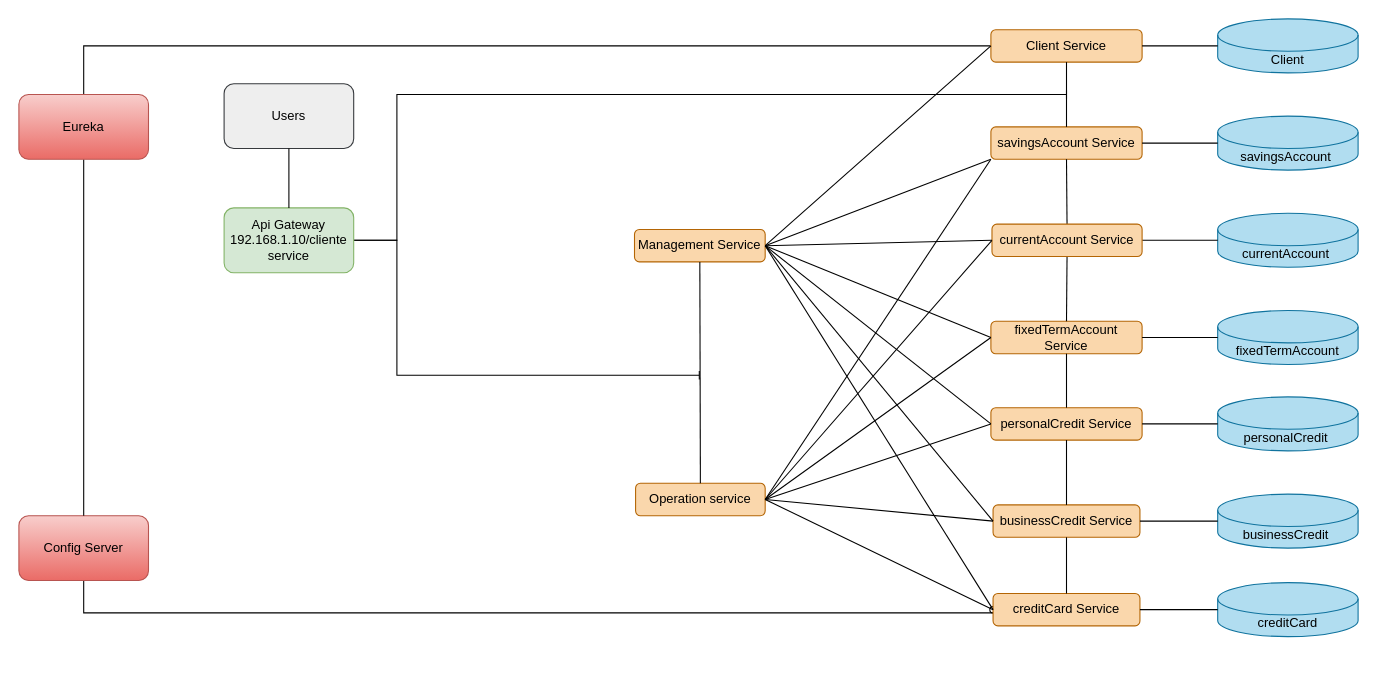
This is Diagraman.drawio from rbenitec/DiagramMicroservice, a draw.io file, before an edit. Source tidied: cells renumbered, new cells numbered last; positions are measured from the earlier drawing's top-left corner, leaving out a move shared by most shapes. Both pictures are drawn from the tidied source at 108%, with x=0, y=0 at pixel (18, 18).
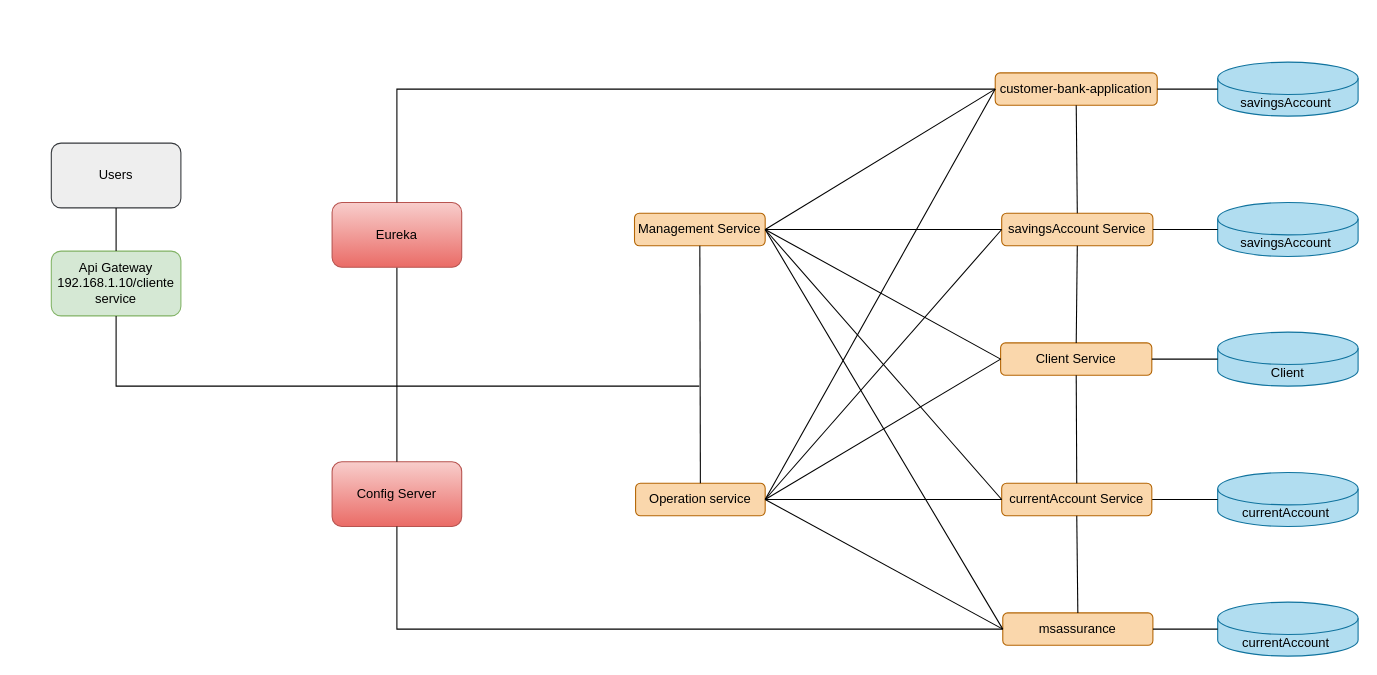
The same page after the edit.

Unchanged cells that the change refers to:
```xml
<mxCell id="10" value="Operation service" style="rounded=1;whiteSpace=wrap;html=1;fillColor=#fad7ac;strokeColor=#b46504;" parent="1" vertex="1">
  <mxGeometry x="571" y="430" width="120" height="30" as="geometry" />
</mxCell>
```

Diff of the diagram source:
```diff
@@
     <mxCell id="2" value="savingsAccount&amp;nbsp;" style="shape=cylinder3;whiteSpace=wrap;html=1;boundedLbl=1;backgroundOutline=1;size=15;fillColor=#b1ddf0;strokeColor=#10739e;" parent="1" vertex="1">
-      <mxGeometry x="1110" y="90" width="130" height="50" as="geometry" />
+      <mxGeometry x="1110" y="170" width="130" height="50" as="geometry" />
     </mxCell>
     <mxCell id="3" value="currentAccount&amp;nbsp;" style="shape=cylinder3;whiteSpace=wrap;html=1;boundedLbl=1;backgroundOutline=1;size=15;fillColor=#b1ddf0;strokeColor=#10739e;" parent="1" vertex="1">
-      <mxGeometry x="1110" y="180" width="130" height="50" as="geometry" />
+      <mxGeometry x="1110" y="420" width="130" height="50" as="geometry" />
     </mxCell>
-    <mxCell id="4" value="fixedTermAccount" style="shape=cylinder3;whiteSpace=wrap;html=1;boundedLbl=1;backgroundOutline=1;size=15;fillColor=#b1ddf0;strokeColor=#10739e;" parent="1" vertex="1">
-      <mxGeometry x="1110" y="270" width="130" height="50" as="geometry" />
-    </mxCell>
-    <mxCell id="5" value="businessCredit&amp;nbsp;" style="shape=cylinder3;whiteSpace=wrap;html=1;boundedLbl=1;backgroundOutline=1;size=15;fillColor=#b1ddf0;strokeColor=#10739e;" parent="1" vertex="1">
-      <mxGeometry x="1110" y="440" width="130" height="50" as="geometry" />
-    </mxCell>
-    <mxCell id="6" value="personalCredit&amp;nbsp;" style="shape=cylinder3;whiteSpace=wrap;html=1;boundedLbl=1;backgroundOutline=1;size=15;fillColor=#b1ddf0;strokeColor=#10739e;" parent="1" vertex="1">
-      <mxGeometry x="1110" y="350" width="130" height="50" as="geometry" />
-    </mxCell>
     <mxCell id="7" value="savingsAccount Service&lt;br&gt;" style="rounded=1;whiteSpace=wrap;html=1;fillColor=#fad7ac;strokeColor=#b46504;" parent="1" vertex="1">
-      <mxGeometry x="900" y="100" width="140" height="30" as="geometry" />
+      <mxGeometry x="910" y="180" width="140" height="30" as="geometry" />
     </mxCell>
-    <mxCell id="8" value="fixedTermAccount Service" style="rounded=1;whiteSpace=wrap;html=1;fillColor=#fad7ac;strokeColor=#b46504;" parent="1" vertex="1">
-      <mxGeometry x="900" y="280" width="140" height="30" as="geometry" />
-    </mxCell>
     <mxCell id="9" value="Management Service" style="rounded=1;whiteSpace=wrap;html=1;fillColor=#fad7ac;strokeColor=#b46504;" parent="1" vertex="1">
-      <mxGeometry x="570" y="195" width="121" height="30" as="geometry" />
+      <mxGeometry x="570" y="180" width="121" height="30" as="geometry" />
     </mxCell>
@@
-    <mxCell id="11" style="endArrow=none;html=1;rounded=0;entryX=0.5;entryY=1;entryDx=0;entryDy=0;exitX=0.5;exitY=0;exitDx=0;exitDy=0;" parent="1" edge="1" source="34" target="7">
-      <mxGeometry relative="1" as="geometry" />
-    </mxCell>
-    <mxCell id="12" style="edgeStyle=orthogonalEdgeStyle;jettySize=auto;html=1;entryX=0;entryY=0.5;entryDx=0;entryDy=0;strokeColor=default;rounded=0;endArrow=oval;endFill=0;exitX=0.5;exitY=1;exitDx=0;exitDy=0;" parent="1" edge="1" source="13" target="27">
-      <mxGeometry relative="1" as="geometry">
-        <Array as="points">
-          <mxPoint x="60" y="550" />
-          <mxPoint x="902" y="550" />
-        </Array>
-      </mxGeometry>
-    </mxCell>
     <mxCell id="13" value="Config Server" style="rounded=1;whiteSpace=wrap;html=1;fillColor=#f8cecc;gradientColor=#ea6b66;strokeColor=#b85450;" parent="1" vertex="1">
-      <mxGeometry y="460" width="120" height="60" as="geometry" />
+      <mxGeometry x="290" y="410" width="120" height="60" as="geometry" />
     </mxCell>
@@
-    <mxCell id="15" style="endArrow=none;html=1;rounded=0;exitX=0.5;exitY=0;exitDx=0;exitDy=0;entryX=0;entryY=0.5;entryDx=0;entryDy=0;" parent="1" edge="1" source="49" target="47">
-      <mxGeometry relative="1" as="geometry">
-        <Array as="points">
-          <mxPoint x="60" y="25" />
-        </Array>
-      </mxGeometry>
-    </mxCell>
-    <mxCell id="16" style="edgeStyle=orthogonalEdgeStyle;rounded=0;jettySize=auto;html=1;endArrow=baseDash;endFill=0;strokeColor=default;" parent="1" edge="1" source="18">
-      <mxGeometry relative="1" as="geometry">
-        <mxPoint x="970" y="70" as="targetPoint" />
-        <Array as="points">
-          <mxPoint x="350" y="205" />
-          <mxPoint x="350" y="70" />
-        </Array>
-      </mxGeometry>
-    </mxCell>
-    <mxCell id="17" style="edgeStyle=orthogonalEdgeStyle;rounded=0;jettySize=auto;html=1;endArrow=baseDash;endFill=0;strokeColor=default;" parent="1" edge="1" source="18">
-      <mxGeometry relative="1" as="geometry">
-        <mxPoint x="630" y="330" as="targetPoint" />
-        <Array as="points">
-          <mxPoint x="350" y="205" />
-          <mxPoint x="350" y="330" />
-        </Array>
-      </mxGeometry>
-    </mxCell>
     <mxCell id="18" value="Api Gateway&lt;br&gt;192.168.1.10/cliente service" style="rounded=1;whiteSpace=wrap;html=1;fillColor=#d5e8d4;strokeColor=#82b366;" parent="1" vertex="1">
-      <mxGeometry x="190" y="175" width="120" height="60" as="geometry" />
+      <mxGeometry x="30" y="215" width="120" height="60" as="geometry" />
     </mxCell>
     <mxCell id="19" value="Users" style="rounded=1;whiteSpace=wrap;html=1;fillColor=#eeeeee;strokeColor=#36393d;" parent="1" vertex="1">
-      <mxGeometry x="190" y="60" width="120" height="60" as="geometry" />
+      <mxGeometry x="30" y="115" width="120" height="60" as="geometry" />
     </mxCell>
@@
-    <mxCell id="22" style="endArrow=none;html=1;rounded=0;exitX=1;exitY=0.5;exitDx=0;exitDy=0;entryX=0;entryY=0.5;entryDx=0;entryDy=0;entryPerimeter=0;" parent="1" edge="1" source="8" target="4">
-      <mxGeometry relative="1" as="geometry" />
-    </mxCell>
-    <mxCell id="23" style="endArrow=none;html=1;rounded=0;entryX=0.5;entryY=1;entryDx=0;entryDy=0;exitX=0.5;exitY=0;exitDx=0;exitDy=0;" parent="1" edge="1" source="8" target="34">
-      <mxGeometry relative="1" as="geometry" />
-    </mxCell>
-    <mxCell id="24" value="businessCredit Service" style="rounded=1;whiteSpace=wrap;html=1;fillColor=#fad7ac;strokeColor=#b46504;" parent="1" vertex="1">
-      <mxGeometry x="902" y="450" width="136" height="30" as="geometry" />
-    </mxCell>
-    <mxCell id="25" value="personalCredit Service" style="rounded=1;whiteSpace=wrap;html=1;fillColor=#fad7ac;strokeColor=#b46504;" parent="1" vertex="1">
-      <mxGeometry x="900" y="360" width="140" height="30" as="geometry" />
-    </mxCell>
-    <mxCell id="26" value="creditCard" style="shape=cylinder3;whiteSpace=wrap;html=1;boundedLbl=1;backgroundOutline=1;size=15;fillColor=#b1ddf0;strokeColor=#10739e;" parent="1" vertex="1">
-      <mxGeometry x="1110" y="522" width="130" height="50" as="geometry" />
-    </mxCell>
-    <mxCell id="27" value="creditCard Service" style="rounded=1;whiteSpace=wrap;html=1;fillColor=#fad7ac;strokeColor=#b46504;" parent="1" vertex="1">
-      <mxGeometry x="902" y="532" width="136" height="30" as="geometry" />
-    </mxCell>
-    <mxCell id="28" style="endArrow=none;html=1;rounded=0;entryX=0;entryY=0.5;entryDx=0;entryDy=0;entryPerimeter=0;exitX=1;exitY=0.5;exitDx=0;exitDy=0;" parent="1" edge="1" source="25" target="6">
-      <mxGeometry relative="1" as="geometry" />
-    </mxCell>
-    <mxCell id="29" style="endArrow=none;html=1;rounded=0;entryX=0;entryY=0.5;entryDx=0;entryDy=0;entryPerimeter=0;exitX=1;exitY=0.5;exitDx=0;exitDy=0;" parent="1" edge="1" source="24" target="5">
-      <mxGeometry relative="1" as="geometry" />
-    </mxCell>
-    <mxCell id="30" style="endArrow=none;html=1;rounded=0;entryX=0;entryY=0.5;entryDx=0;entryDy=0;entryPerimeter=0;exitX=1;exitY=0.5;exitDx=0;exitDy=0;" parent="1" edge="1" source="27" target="26">
-      <mxGeometry relative="1" as="geometry" />
-    </mxCell>
-    <mxCell id="31" style="endArrow=none;html=1;rounded=0;entryX=0.5;entryY=1;entryDx=0;entryDy=0;" parent="1" edge="1" source="25" target="8">
-      <mxGeometry relative="1" as="geometry" />
-    </mxCell>
-    <mxCell id="32" style="endArrow=none;html=1;rounded=0;entryX=0.5;entryY=1;entryDx=0;entryDy=0;exitX=0.5;exitY=0;exitDx=0;exitDy=0;" parent="1" edge="1" source="24" target="25">
-      <mxGeometry relative="1" as="geometry" />
-    </mxCell>
-    <mxCell id="33" style="endArrow=none;html=1;rounded=0;entryX=0.5;entryY=1;entryDx=0;entryDy=0;exitX=0.5;exitY=0;exitDx=0;exitDy=0;" parent="1" edge="1" source="27" target="24">
-      <mxGeometry relative="1" as="geometry" />
-    </mxCell>
     <mxCell id="34" value="currentAccount Service" style="rounded=1;whiteSpace=wrap;html=1;fillColor=#fad7ac;strokeColor=#b46504;" parent="1" vertex="1">
-      <mxGeometry x="901" y="190" width="139" height="30" as="geometry" />
+      <mxGeometry x="910" y="430" width="139" height="30" as="geometry" />
     </mxCell>
-    <mxCell id="35" style="endArrow=none;html=1;rounded=0;strokeColor=default;entryX=0;entryY=1;entryDx=0;entryDy=0;exitX=1;exitY=0.5;exitDx=0;exitDy=0;" parent="1" edge="1" source="9" target="7">
+    <mxCell id="35" style="endArrow=none;html=1;rounded=0;strokeColor=default;exitX=1;exitY=0.5;exitDx=0;exitDy=0;entryX=0;entryY=0.5;entryDx=0;entryDy=0;" parent="1" edge="1" source="9" target="7">
       <mxGeometry relative="1" as="geometry" />
     </mxCell>
@@
-    <mxCell id="37" style="endArrow=none;html=1;rounded=0;strokeColor=default;entryX=1;entryY=0.5;entryDx=0;entryDy=0;exitX=0;exitY=0.5;exitDx=0;exitDy=0;" parent="1" edge="1" source="8" target="9">
-      <mxGeometry relative="1" as="geometry" />
-    </mxCell>
-    <mxCell id="38" style="endArrow=none;html=1;rounded=0;strokeColor=default;entryX=0;entryY=0.5;entryDx=0;entryDy=0;exitX=1;exitY=0.5;exitDx=0;exitDy=0;" parent="1" edge="1" source="9" target="25">
-      <mxGeometry relative="1" as="geometry" />
-    </mxCell>
-    <mxCell id="39" style="endArrow=none;html=1;rounded=0;strokeColor=default;entryX=1;entryY=0.5;entryDx=0;entryDy=0;exitX=0;exitY=0.5;exitDx=0;exitDy=0;" parent="1" edge="1" source="24" target="9">
-      <mxGeometry relative="1" as="geometry" />
-    </mxCell>
-    <mxCell id="40" style="endArrow=none;html=1;rounded=0;strokeColor=default;entryX=1;entryY=0.5;entryDx=0;entryDy=0;exitX=0;exitY=0.5;exitDx=0;exitDy=0;" parent="1" edge="1" source="27" target="9">
-      <mxGeometry relative="1" as="geometry" />
-    </mxCell>
-    <mxCell id="41" style="endArrow=none;html=1;rounded=0;strokeColor=default;entryX=0;entryY=1;entryDx=0;entryDy=0;exitX=1;exitY=0.5;exitDx=0;exitDy=0;" parent="1" edge="1" source="10" target="7">
-      <mxGeometry relative="1" as="geometry" />
-    </mxCell>
@@
-    <mxCell id="43" style="endArrow=none;html=1;rounded=0;strokeColor=default;entryX=0;entryY=0.5;entryDx=0;entryDy=0;exitX=1;exitY=0.5;exitDx=0;exitDy=0;" parent="1" edge="1" source="10" target="8">
-      <mxGeometry relative="1" as="geometry" />
-    </mxCell>
-    <mxCell id="44" style="endArrow=none;html=1;rounded=0;strokeColor=default;entryX=0;entryY=0.5;entryDx=0;entryDy=0;exitX=1;exitY=0.5;exitDx=0;exitDy=0;" parent="1" edge="1" source="10" target="25">
-      <mxGeometry relative="1" as="geometry" />
-    </mxCell>
-    <mxCell id="45" style="endArrow=none;html=1;rounded=0;strokeColor=default;entryX=0;entryY=0.5;entryDx=0;entryDy=0;exitX=1;exitY=0.5;exitDx=0;exitDy=0;" parent="1" edge="1" source="10" target="24">
-      <mxGeometry relative="1" as="geometry" />
-    </mxCell>
-    <mxCell id="46" style="endArrow=none;html=1;rounded=0;strokeColor=default;entryX=0;entryY=0.5;entryDx=0;entryDy=0;exitX=1;exitY=0.5;exitDx=0;exitDy=0;" parent="1" edge="1" source="10" target="27">
-      <mxGeometry relative="1" as="geometry" />
-    </mxCell>
     <mxCell id="47" value="Client Service" style="rounded=1;whiteSpace=wrap;html=1;fillColor=#fad7ac;strokeColor=#b46504;" parent="1" vertex="1">
-      <mxGeometry x="900" y="10" width="140" height="30" as="geometry" />
+      <mxGeometry x="909" y="300" width="140" height="30" as="geometry" />
     </mxCell>
     <mxCell id="48" value="Client" style="shape=cylinder3;whiteSpace=wrap;html=1;boundedLbl=1;backgroundOutline=1;size=15;fillColor=#b1ddf0;strokeColor=#10739e;" parent="1" vertex="1">
-      <mxGeometry x="1110" width="130" height="50" as="geometry" />
+      <mxGeometry x="1110" y="290" width="130" height="50" as="geometry" />
     </mxCell>
     <mxCell id="49" value="Eureka" style="rounded=1;whiteSpace=wrap;html=1;fillColor=#f8cecc;gradientColor=#ea6b66;strokeColor=#b85450;" parent="1" vertex="1">
-      <mxGeometry y="70" width="120" height="60" as="geometry" />
+      <mxGeometry x="290" y="170" width="120" height="60" as="geometry" />
     </mxCell>
@@
+    <mxCell id="41" style="endArrow=none;html=1;rounded=0;strokeColor=default;entryX=0;entryY=0.5;entryDx=0;entryDy=0;exitX=1;exitY=0.5;exitDx=0;exitDy=0;" parent="1" edge="1" source="10" target="7">
+      <mxGeometry relative="1" as="geometry" />
+    </mxCell>
+    <mxCell id="53" style="endArrow=none;html=1;rounded=0;exitX=1;exitY=0.5;exitDx=0;exitDy=0;entryX=0;entryY=0.5;entryDx=0;entryDy=0;" parent="1" edge="1" source="9" target="47">
+      <mxGeometry relative="1" as="geometry" />
+    </mxCell>
+    <mxCell id="55" style="endArrow=none;html=1;rounded=0;exitX=1;exitY=0.5;exitDx=0;exitDy=0;entryX=0;entryY=0.5;entryDx=0;entryDy=0;" parent="1" edge="1" source="10" target="47">
+      <mxGeometry relative="1" as="geometry" />
+    </mxCell>
@@
-    <mxCell id="52" style="endArrow=none;html=1;rounded=0;entryX=0.5;entryY=0;entryDx=0;entryDy=0;exitX=0.5;exitY=1;exitDx=0;exitDy=0;" parent="1" edge="1" source="9" target="10">
-      <mxGeometry relative="1" as="geometry" />
-    </mxCell>
-    <mxCell id="53" style="endArrow=none;html=1;rounded=0;entryX=0;entryY=0.5;entryDx=0;entryDy=0;exitX=1;exitY=0.5;exitDx=0;exitDy=0;" parent="1" edge="1" source="9" target="47">
-      <mxGeometry relative="1" as="geometry" />
-    </mxCell>
-    <mxCell id="54" style="endArrow=none;html=1;rounded=0;entryX=0.5;entryY=1;entryDx=0;entryDy=0;exitX=0.5;exitY=0;exitDx=0;exitDy=0;" parent="1" edge="1" source="7" target="47">
-      <mxGeometry relative="1" as="geometry" />
-    </mxCell>
+    <mxCell id="56" style="endArrow=none;html=1;rounded=0;entryX=0.5;entryY=1;entryDx=0;entryDy=0;exitX=0.5;exitY=0;exitDx=0;exitDy=0;" parent="1" edge="1" source="10" target="9">
+      <mxGeometry relative="1" as="geometry" />
+    </mxCell>
+    <mxCell id="57" style="endArrow=none;html=1;rounded=0;entryX=0.5;entryY=1;entryDx=0;entryDy=0;exitX=0.5;exitY=0;exitDx=0;exitDy=0;" parent="1" edge="1" source="47" target="7">
+      <mxGeometry relative="1" as="geometry" />
+    </mxCell>
+    <mxCell id="58" style="endArrow=none;html=1;rounded=0;entryX=0.5;entryY=1;entryDx=0;entryDy=0;exitX=0.5;exitY=0;exitDx=0;exitDy=0;" parent="1" edge="1" source="34" target="47">
+      <mxGeometry relative="1" as="geometry" />
+    </mxCell>
+    <mxCell id="59" value="customer-bank-application" style="rounded=1;whiteSpace=wrap;html=1;fillColor=#fad7ac;strokeColor=#b46504;" parent="1" vertex="1">
+      <mxGeometry x="904" y="50" width="150" height="30" as="geometry" />
+    </mxCell>
+    <mxCell id="60" value="msassurance" style="rounded=1;whiteSpace=wrap;html=1;fillColor=#fad7ac;strokeColor=#b46504;" parent="1" vertex="1">
+      <mxGeometry x="911" y="550" width="139" height="30" as="geometry" />
+    </mxCell>
+    <mxCell id="61" value="savingsAccount&amp;nbsp;" style="shape=cylinder3;whiteSpace=wrap;html=1;boundedLbl=1;backgroundOutline=1;size=15;fillColor=#b1ddf0;strokeColor=#10739e;" parent="1" vertex="1">
+      <mxGeometry x="1110" y="40" width="130" height="50" as="geometry" />
+    </mxCell>
+    <mxCell id="62" value="currentAccount&amp;nbsp;" style="shape=cylinder3;whiteSpace=wrap;html=1;boundedLbl=1;backgroundOutline=1;size=15;fillColor=#b1ddf0;strokeColor=#10739e;" parent="1" vertex="1">
+      <mxGeometry x="1110" y="540" width="130" height="50" as="geometry" />
+    </mxCell>
+    <mxCell id="63" style="endArrow=none;html=1;rounded=0;entryX=0.5;entryY=1;entryDx=0;entryDy=0;exitX=0.5;exitY=0;exitDx=0;exitDy=0;" parent="1" edge="1" source="60" target="34">
+      <mxGeometry relative="1" as="geometry" />
+    </mxCell>
+    <mxCell id="64" style="endArrow=none;html=1;rounded=0;entryX=0.5;entryY=1;entryDx=0;entryDy=0;exitX=0.5;exitY=0;exitDx=0;exitDy=0;" parent="1" edge="1" source="7" target="59">
+      <mxGeometry relative="1" as="geometry" />
+    </mxCell>
+    <mxCell id="65" style="endArrow=none;html=1;rounded=0;entryX=0;entryY=0.5;entryDx=0;entryDy=0;entryPerimeter=0;exitX=1;exitY=0.5;exitDx=0;exitDy=0;" parent="1" edge="1" source="59" target="61">
+      <mxGeometry relative="1" as="geometry" />
+    </mxCell>
+    <mxCell id="66" style="endArrow=none;html=1;rounded=0;entryX=0;entryY=0.5;entryDx=0;entryDy=0;entryPerimeter=0;exitX=1;exitY=0.5;exitDx=0;exitDy=0;" parent="1" edge="1" source="60" target="62">
+      <mxGeometry relative="1" as="geometry" />
+    </mxCell>
+    <mxCell id="67" style="endArrow=none;html=1;rounded=0;entryX=0;entryY=0.5;entryDx=0;entryDy=0;exitX=0.5;exitY=0;exitDx=0;exitDy=0;" parent="1" edge="1" source="49" target="59">
+      <mxGeometry relative="1" as="geometry">
+        <Array as="points">
+          <mxPoint x="350" y="65" />
+        </Array>
+      </mxGeometry>
+    </mxCell>
+    <mxCell id="68" style="endArrow=none;html=1;rounded=0;entryX=0;entryY=0.5;entryDx=0;entryDy=0;exitX=0.5;exitY=1;exitDx=0;exitDy=0;" parent="1" edge="1" source="13" target="60">
+      <mxGeometry relative="1" as="geometry">
+        <Array as="points">
+          <mxPoint x="350" y="565" />
+        </Array>
+      </mxGeometry>
+    </mxCell>
+    <mxCell id="69" style="endArrow=none;html=1;rounded=0;entryX=0.5;entryY=1;entryDx=0;entryDy=0;" parent="1" edge="1" target="18">
+      <mxGeometry relative="1" as="geometry">
+        <mxPoint x="630" y="340" as="sourcePoint" />
+        <Array as="points">
+          <mxPoint x="90" y="340" />
+        </Array>
+      </mxGeometry>
+    </mxCell>
+    <mxCell id="70" style="endArrow=none;html=1;rounded=0;entryX=0;entryY=0.5;entryDx=0;entryDy=0;exitX=1;exitY=0.5;exitDx=0;exitDy=0;" parent="1" edge="1" source="9" target="59">
+      <mxGeometry relative="1" as="geometry" />
+    </mxCell>
+    <mxCell id="71" style="endArrow=none;html=1;rounded=0;entryX=0;entryY=0.5;entryDx=0;entryDy=0;exitX=1;exitY=0.5;exitDx=0;exitDy=0;" parent="1" edge="1" source="10" target="60">
+      <mxGeometry relative="1" as="geometry" />
+    </mxCell>
+    <mxCell id="72" style="endArrow=none;html=1;rounded=0;entryX=1;entryY=0.5;entryDx=0;entryDy=0;exitX=0;exitY=0.5;exitDx=0;exitDy=0;" parent="1" edge="1" source="60" target="9">
+      <mxGeometry relative="1" as="geometry" />
+    </mxCell>
+    <mxCell id="73" style="endArrow=none;html=1;rounded=0;entryX=0;entryY=0.5;entryDx=0;entryDy=0;exitX=1;exitY=0.5;exitDx=0;exitDy=0;" parent="1" edge="1" source="10" target="59">
+      <mxGeometry relative="1" as="geometry" />
+    </mxCell>
```
